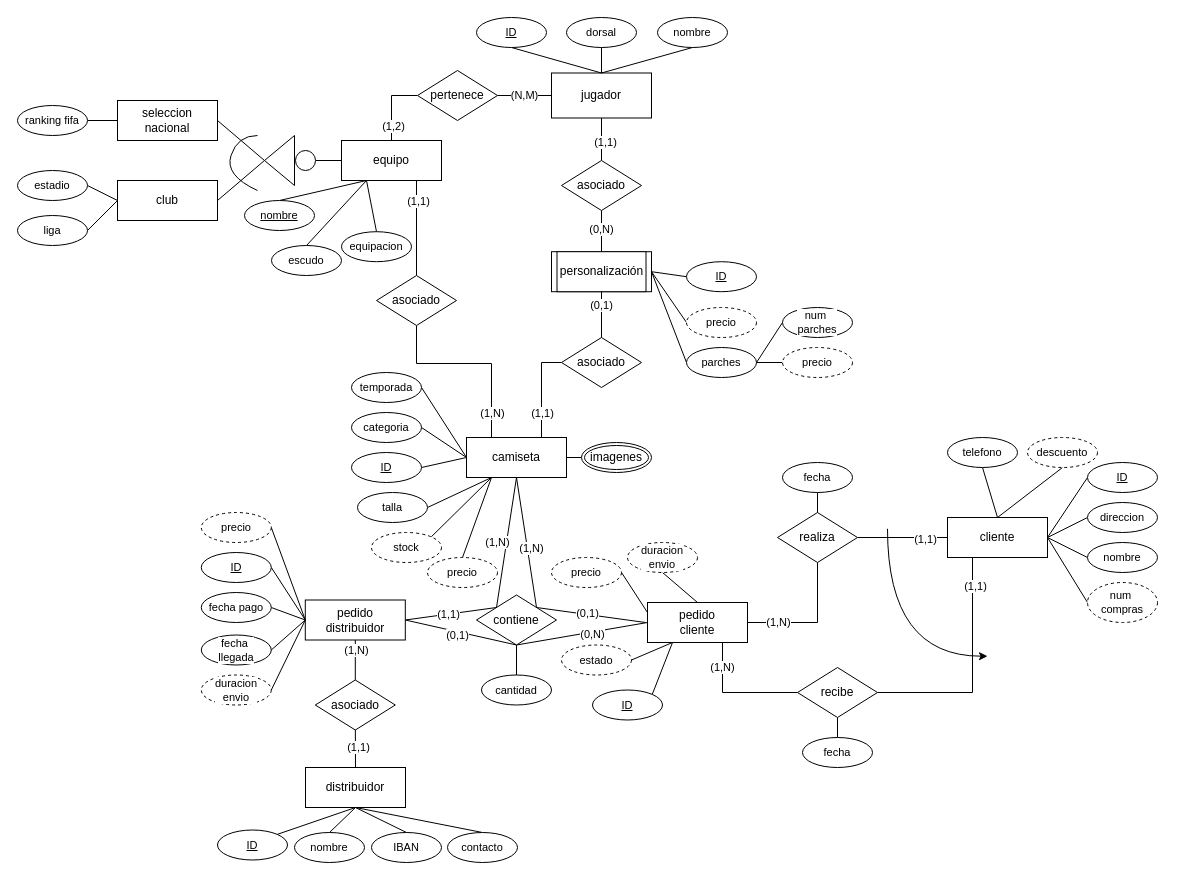
Earlier version of the draw.io diagram pedidos_camisetas.drawio (Robertpm01/ADBD). Source tidied: cells renumbered, new cells numbered last; positions are measured from the earlier drawing's top-left corner, leaving out a move shared by most shapes. Both pictures are drawn from the tidied source at 100%, with x=0, y=0 at pixel (17, 17).
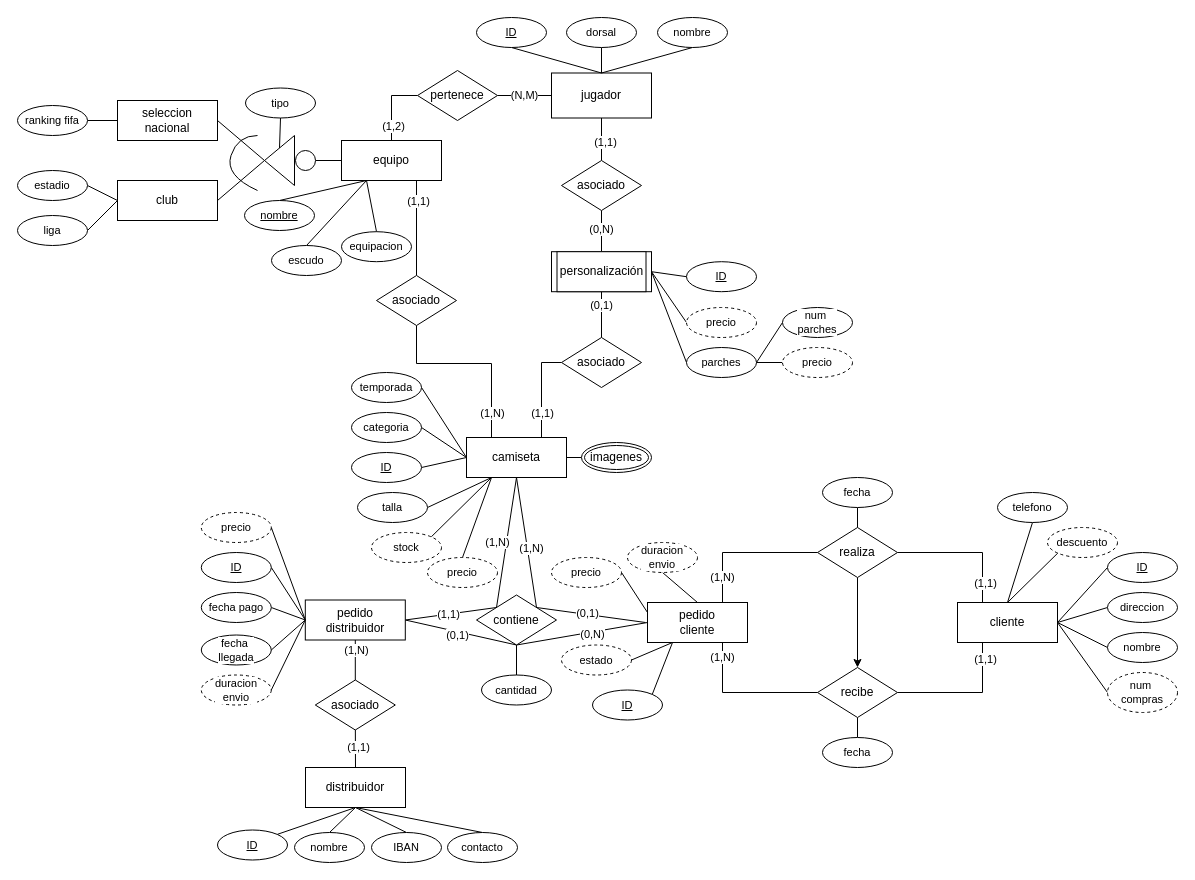
After the change.

Unchanged cells that the change refers to:
```xml
<mxCell id="10" value="pedido&lt;div&gt;cliente&lt;/div&gt;" style="whiteSpace=wrap;html=1;align=center;" parent="1" vertex="1">
  <mxGeometry x="630" y="585" width="100" height="40" as="geometry" />
</mxCell>
<mxCell id="52" style="triangle;whiteSpace=wrap;html=1;fontFamily=Helvetica;fontSize=11;fontColor=default;labelBackgroundColor=default;rotation=-180;direction=east;flipH=0;flipV=0;" parent="1" vertex="1">
  <mxGeometry x="247" y="118" width="30" height="50" as="geometry" />
</mxCell>
```

What changed in the source:
```diff
@@
-    <mxCell id="9" value="(1,N)" style="edgeStyle=orthogonalEdgeStyle;shape=connector;rounded=0;jettySize=auto;html=1;exitX=1;exitY=0.5;exitDx=0;exitDy=0;entryX=0.5;entryY=1;entryDx=0;entryDy=0;strokeColor=default;align=center;verticalAlign=middle;fontFamily=Helvetica;fontSize=11;fontColor=default;labelBackgroundColor=default;endArrow=none;endFill=0;" parent="1" edge="1" source="10" target="28">
-      <mxGeometry x="-0.54" relative="1" as="geometry">
+    <mxCell id="9" value="(1,N)" style="edgeStyle=orthogonalEdgeStyle;shape=connector;rounded=0;jettySize=auto;html=1;exitX=0.75;exitY=0;exitDx=0;exitDy=0;entryX=0;entryY=0.5;entryDx=0;entryDy=0;strokeColor=default;align=center;verticalAlign=middle;fontFamily=Helvetica;fontSize=11;fontColor=default;labelBackgroundColor=default;endArrow=none;endFill=0;" parent="1" edge="1" source="10" target="28">
+      <mxGeometry x="-0.66" relative="1" as="geometry">
         <Array as="points">
-          <mxPoint x="800" y="605" />
+          <mxPoint x="705" y="535" />
         </Array>
-        <mxPoint x="1" as="offset" />
       </mxGeometry>
     </mxCell>
@@
-    <mxCell id="26" style="edgeStyle=orthogonalEdgeStyle;shape=connector;rounded=0;jettySize=auto;html=1;exitX=1;exitY=0.5;exitDx=0;exitDy=0;entryX=0;entryY=0.5;entryDx=0;entryDy=0;strokeColor=default;align=center;verticalAlign=middle;fontFamily=Helvetica;fontSize=11;fontColor=default;labelBackgroundColor=default;endArrow=none;endFill=0;" parent="1" edge="1" source="28" target="35">
+    <mxCell id="26" style="edgeStyle=orthogonalEdgeStyle;shape=connector;rounded=0;jettySize=auto;html=1;exitX=1;exitY=0.5;exitDx=0;exitDy=0;entryX=0.25;entryY=0;entryDx=0;entryDy=0;strokeColor=default;align=center;verticalAlign=middle;fontFamily=Helvetica;fontSize=11;fontColor=default;labelBackgroundColor=default;endArrow=none;endFill=0;" parent="1" edge="1" source="28" target="35">
       <mxGeometry relative="1" as="geometry" />
     </mxCell>
     <mxCell id="27" value="(1,1)" style="edgeLabel;html=1;align=center;verticalAlign=middle;fontFamily=Helvetica;fontSize=11;fontColor=default;labelBackgroundColor=default;" parent="26" vertex="1">
-      <mxGeometry x="0.48" y="-1" relative="1" as="geometry" />
+      <mxGeometry x="0.48" y="-1" relative="1" as="geometry">
+        <mxPoint x="3" y="15" as="offset" />
+      </mxGeometry>
     </mxCell>
+    <mxCell id="151" style="edgeStyle=none;shape=connector;rounded=0;jettySize=auto;html=1;exitX=0.5;exitY=1;exitDx=0;exitDy=0;entryX=0.5;entryY=0;entryDx=0;entryDy=0;strokeColor=default;align=center;verticalAlign=middle;fontFamily=Helvetica;fontSize=11;fontColor=default;labelBackgroundColor=default;endArrow=classic;endFill=1;" parent="1" edge="1" source="28" target="50">
+      <mxGeometry relative="1" as="geometry" />
+    </mxCell>
     <mxCell id="28" value="realiza" style="shape=rhombus;perimeter=rhombusPerimeter;whiteSpace=wrap;html=1;align=center;" parent="1" vertex="1">
-      <mxGeometry x="760" y="495" width="80" height="50" as="geometry" />
+      <mxGeometry x="800" y="510" width="80" height="50" as="geometry" />
     </mxCell>
@@
-    <mxCell id="34" style="edgeStyle=none;shape=connector;rounded=0;jettySize=auto;html=1;exitX=1;exitY=0.5;exitDx=0;exitDy=0;strokeColor=default;align=center;verticalAlign=middle;fontFamily=Helvetica;fontSize=11;fontColor=default;labelBackgroundColor=default;endArrow=none;endFill=0;" parent="1" edge="1" source="35">
-      <mxGeometry relative="1" as="geometry">
-        <mxPoint x="1070" y="585" as="targetPoint" />
-      </mxGeometry>
-    </mxCell>
+    <mxCell id="152" style="edgeStyle=none;shape=connector;rounded=0;jettySize=auto;html=1;exitX=1;exitY=0.5;exitDx=0;exitDy=0;entryX=0;entryY=0.5;entryDx=0;entryDy=0;strokeColor=default;align=center;verticalAlign=middle;fontFamily=Helvetica;fontSize=11;fontColor=default;labelBackgroundColor=default;endArrow=none;endFill=0;" parent="1" edge="1" source="35" target="72">
+      <mxGeometry relative="1" as="geometry" />
+    </mxCell>
     <mxCell id="35" value="cliente" style="whiteSpace=wrap;html=1;align=center;" parent="1" vertex="1">
-      <mxGeometry x="930" y="500" width="100" height="40" as="geometry" />
+      <mxGeometry x="940" y="585" width="100" height="40" as="geometry" />
     </mxCell>
@@
     <mxCell id="48" value="(1,N)" style="edgeStyle=orthogonalEdgeStyle;shape=connector;rounded=0;jettySize=auto;html=1;exitX=0;exitY=0.5;exitDx=0;exitDy=0;entryX=0.75;entryY=1;entryDx=0;entryDy=0;strokeColor=default;align=center;verticalAlign=middle;fontFamily=Helvetica;fontSize=11;fontColor=default;labelBackgroundColor=default;endArrow=none;endFill=0;" parent="1" edge="1" source="50" target="10">
-      <mxGeometry x="0.6" relative="1" as="geometry" />
+      <mxGeometry x="0.79" relative="1" as="geometry" />
     </mxCell>
@@
     <mxCell id="50" value="recibe" style="shape=rhombus;perimeter=rhombusPerimeter;whiteSpace=wrap;html=1;align=center;" parent="1" vertex="1">
-      <mxGeometry x="780" y="650" width="80" height="50" as="geometry" />
+      <mxGeometry x="800" y="650" width="80" height="50" as="geometry" />
     </mxCell>
-    <mxCell id="51" style="curved=1;endArrow=none;html=1;rounded=0;strokeColor=default;align=center;verticalAlign=middle;fontFamily=Helvetica;fontSize=11;fontColor=default;labelBackgroundColor=default;edgeStyle=orthogonalEdgeStyle;startArrow=classic;startFill=1;endFill=0;" parent="1" edge="1">
-      <mxGeometry relative="1" as="geometry">
-        <mxPoint x="970" y="638.7" as="sourcePoint" />
-        <mxPoint x="870" y="511.3" as="targetPoint" />
-        <Array as="points">
-          <mxPoint x="870" y="638.3" />
-          <mxPoint x="870" y="511.3" />
-        </Array>
-      </mxGeometry>
-    </mxCell>
+    <mxCell id="153" style="edgeStyle=none;shape=connector;rounded=0;jettySize=auto;html=1;exitX=0.5;exitY=1;exitDx=0;exitDy=0;entryX=0.5;entryY=1;entryDx=0;entryDy=0;strokeColor=default;align=center;verticalAlign=middle;fontFamily=Helvetica;fontSize=11;fontColor=default;labelBackgroundColor=default;endArrow=none;endFill=0;" parent="1" edge="1" source="52" target="154">
+      <mxGeometry relative="1" as="geometry" />
+    </mxCell>
@@
     <mxCell id="69" value="ID" style="ellipse;whiteSpace=wrap;html=1;align=center;fontStyle=4;fontFamily=Helvetica;fontSize=11;fontColor=default;labelBackgroundColor=default;" parent="1" vertex="1">
-      <mxGeometry x="1070" y="445" width="70" height="30" as="geometry" />
+      <mxGeometry x="1090" y="535" width="70" height="30" as="geometry" />
     </mxCell>
     <mxCell id="70" value="direccion" style="ellipse;whiteSpace=wrap;html=1;align=center;fontFamily=Helvetica;fontSize=11;fontColor=default;labelBackgroundColor=default;" parent="1" vertex="1">
-      <mxGeometry x="1070" y="485" width="70" height="30" as="geometry" />
+      <mxGeometry x="1090" y="575" width="70" height="30" as="geometry" />
     </mxCell>
     <mxCell id="71" value="nombre" style="ellipse;whiteSpace=wrap;html=1;align=center;fontFamily=Helvetica;fontSize=11;fontColor=default;labelBackgroundColor=default;" parent="1" vertex="1">
-      <mxGeometry x="1070" y="525" width="70" height="30" as="geometry" />
+      <mxGeometry x="1090" y="615" width="70" height="30" as="geometry" />
     </mxCell>
     <mxCell id="72" value="num&amp;nbsp;&lt;div&gt;compras&lt;/div&gt;" style="ellipse;whiteSpace=wrap;html=1;align=center;fontFamily=Helvetica;fontSize=11;fontColor=default;labelBackgroundColor=default;dashed=1;" parent="1" vertex="1">
-      <mxGeometry x="1070" y="565" width="70" height="40" as="geometry" />
+      <mxGeometry x="1090" y="655" width="70" height="40" as="geometry" />
     </mxCell>
@@
     <mxCell id="93" value="fecha" style="ellipse;whiteSpace=wrap;html=1;align=center;fontFamily=Helvetica;fontSize=11;fontColor=default;labelBackgroundColor=default;" parent="1" vertex="1">
-      <mxGeometry x="785" y="720" width="70" height="30" as="geometry" />
+      <mxGeometry x="805" y="720" width="70" height="30" as="geometry" />
     </mxCell>
@@
-    <mxCell id="127" style="edgeStyle=none;shape=connector;rounded=0;jettySize=auto;html=1;exitX=0.5;exitY=1;exitDx=0;exitDy=0;entryX=0.5;entryY=0;entryDx=0;entryDy=0;strokeColor=default;align=center;verticalAlign=middle;fontFamily=Helvetica;fontSize=11;fontColor=default;labelBackgroundColor=default;endArrow=none;endFill=0;" parent="1" edge="1" source="128" target="35">
+    <mxCell id="127" style="edgeStyle=none;shape=connector;rounded=0;jettySize=auto;html=1;exitX=0;exitY=1;exitDx=0;exitDy=0;entryX=0.5;entryY=0;entryDx=0;entryDy=0;strokeColor=default;align=center;verticalAlign=middle;fontFamily=Helvetica;fontSize=11;fontColor=default;labelBackgroundColor=default;endArrow=none;endFill=0;" parent="1" edge="1" source="128" target="35">
       <mxGeometry relative="1" as="geometry" />
     </mxCell>
     <mxCell id="128" value="descuento" style="ellipse;whiteSpace=wrap;html=1;align=center;fontFamily=Helvetica;fontSize=11;fontColor=default;labelBackgroundColor=default;dashed=1;" parent="1" vertex="1">
-      <mxGeometry x="1010" y="420" width="70" height="30" as="geometry" />
+      <mxGeometry x="1030" y="510" width="70" height="30" as="geometry" />
     </mxCell>
@@
     <mxCell id="130" value="telefono" style="ellipse;whiteSpace=wrap;html=1;align=center;fontFamily=Helvetica;fontSize=11;fontColor=default;labelBackgroundColor=default;" parent="1" vertex="1">
-      <mxGeometry x="930" y="420" width="70" height="30" as="geometry" />
+      <mxGeometry x="980" y="475" width="70" height="30" as="geometry" />
     </mxCell>
@@
     <mxCell id="134" value="fecha" style="ellipse;whiteSpace=wrap;html=1;align=center;fontFamily=Helvetica;fontSize=11;fontColor=default;labelBackgroundColor=default;" parent="1" vertex="1">
-      <mxGeometry x="765" y="445" width="70" height="30" as="geometry" />
+      <mxGeometry x="805" y="460" width="70" height="30" as="geometry" />
     </mxCell>
@@
+    <mxCell id="154" value="tipo" style="ellipse;whiteSpace=wrap;html=1;align=center;fontFamily=Helvetica;fontSize=11;fontColor=default;labelBackgroundColor=default;" parent="1" vertex="1">
+      <mxGeometry x="228" y="70.5" width="70" height="30" as="geometry" />
+    </mxCell>
```
